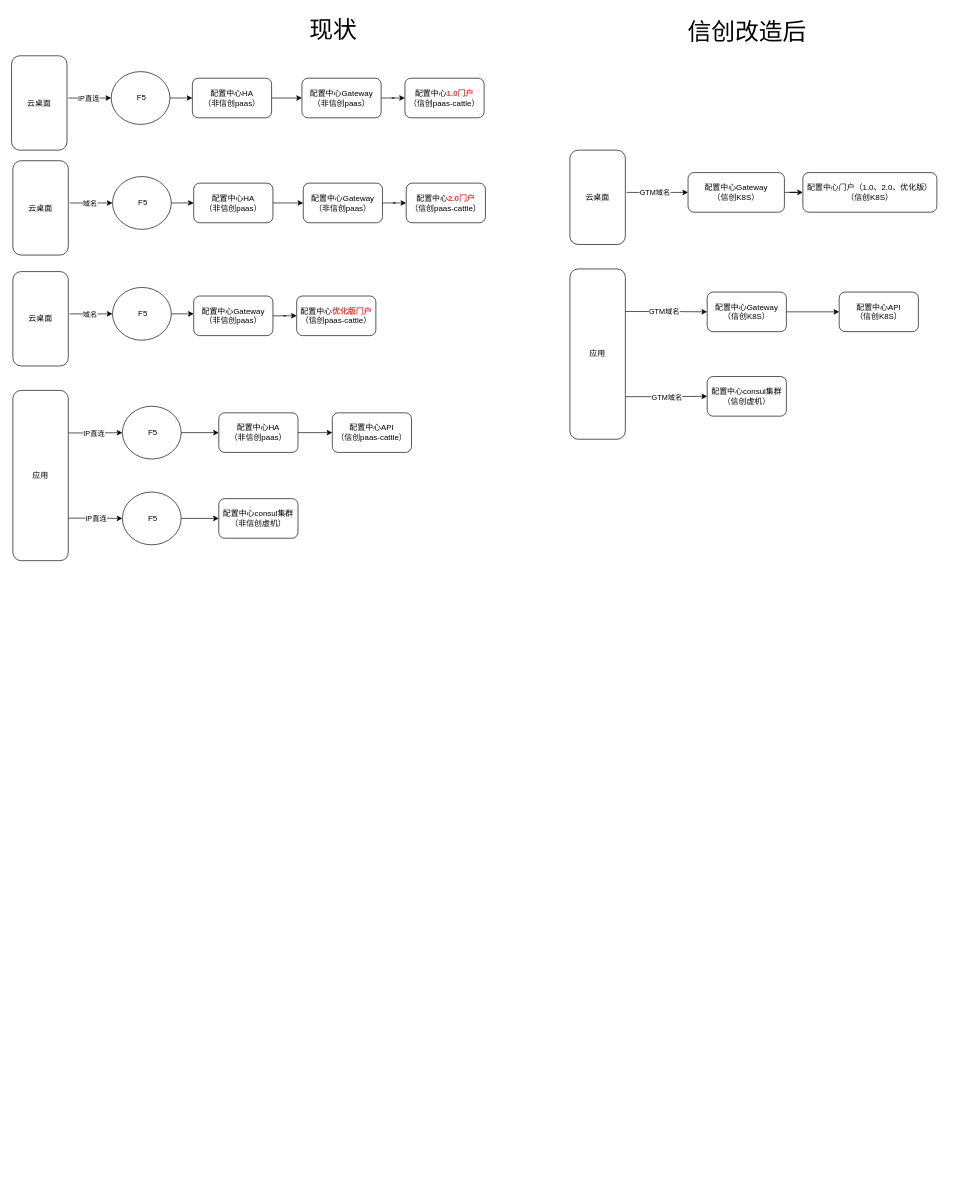
Earlier version of the draw.io diagram 配置中心虚机信创.drawio (pbxnn/draw). Source tidied: cells renumbered, new cells numbered last; positions are measured from the earlier drawing's top-left corner, leaving out a move shared by most shapes. Both pictures are drawn from the tidied source at 66%, with x=0, y=0 at pixel (11, 11).
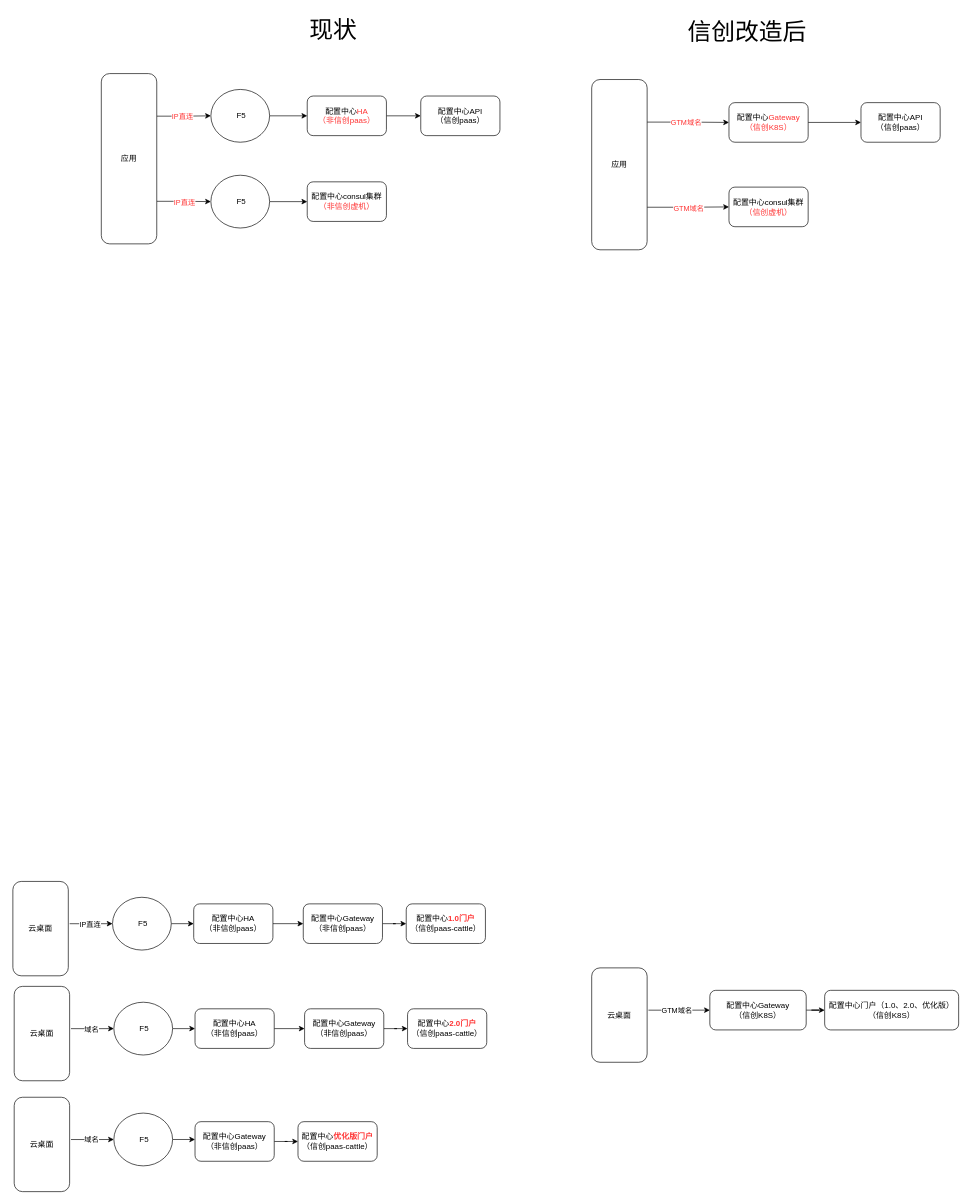
After the change.

Commit message:
更新配置中心虚机信创.drawio

The change refers to these unchanged cells:
```xml
<mxCell id="2" style="edgeStyle=orthogonalEdgeStyle;rounded=0;jettySize=auto;html=1;exitX=1;exitY=0.25;exitDx=0;exitDy=0;entryX=0;entryY=0.5;entryDx=0;entryDy=0;" parent="1" edge="1" source="6" target="8">
  <mxGeometry relative="1" as="geometry" />
</mxCell>
<mxCell id="4" style="edgeStyle=orthogonalEdgeStyle;rounded=0;jettySize=auto;html=1;exitX=1;exitY=0.75;exitDx=0;exitDy=0;entryX=0;entryY=0.5;entryDx=0;entryDy=0;" parent="1" edge="1" source="6" target="23">
  <mxGeometry relative="1" as="geometry" />
</mxCell>
<mxCell id="13" style="edgeStyle=orthogonalEdgeStyle;rounded=0;jettySize=auto;html=1;exitX=1;exitY=0.25;exitDx=0;exitDy=0;" parent="1" edge="1" source="17" target="19">
  <mxGeometry relative="1" as="geometry" />
</mxCell>
<mxCell id="15" style="edgeStyle=orthogonalEdgeStyle;rounded=0;jettySize=auto;html=1;exitX=1;exitY=0.75;exitDx=0;exitDy=0;entryX=0;entryY=0.5;entryDx=0;entryDy=0;" parent="1" edge="1" source="17" target="20">
  <mxGeometry relative="1" as="geometry" />
</mxCell>
```

Change to the diagram source:
```diff
@@
-    <mxCell id="3" value="IP直连" style="edgeLabel;html=1;align=center;verticalAlign=middle;" parent="2" vertex="1">
+    <mxCell id="3" value="&lt;font color=&quot;#ff3333&quot;&gt;IP直连&lt;/font&gt;" style="edgeLabel;html=1;align=center;verticalAlign=middle;" parent="2" vertex="1">
       <mxGeometry x="-0.07" y="1" relative="1" as="geometry">
         <mxPoint y="1" as="offset" />
       </mxGeometry>
     </mxCell>
@@
-    <mxCell id="5" value="IP直连" style="edgeLabel;html=1;align=center;verticalAlign=middle;" parent="4" vertex="1">
+    <mxCell id="5" value="&lt;font color=&quot;#ff3333&quot;&gt;IP直连&lt;/font&gt;" style="edgeLabel;html=1;align=center;verticalAlign=middle;" parent="4" vertex="1">
       <mxGeometry relative="1" as="geometry">
         <mxPoint y="1" as="offset" />
       </mxGeometry>
     </mxCell>
     <mxCell id="6" value="应用" style="rounded=1;whiteSpace=wrap;html=1;" parent="1" vertex="1">
-      <mxGeometry x="2" y="574" width="84" height="258" as="geometry" />
+      <mxGeometry x="136" y="94" width="84" height="258" as="geometry" />
     </mxCell>
@@
     <mxCell id="8" value="&amp;nbsp;F5" style="ellipse;whiteSpace=wrap;html=1;" parent="1" vertex="1">
-      <mxGeometry x="168" y="598" width="89" height="80" as="geometry" />
+      <mxGeometry x="302" y="118" width="89" height="80" as="geometry" />
     </mxCell>
@@
-    <mxCell id="10" value="配置中心HA&lt;br&gt;（非信创paas）" style="rounded=1;whiteSpace=wrap;html=1;" parent="1" vertex="1">
-      <mxGeometry x="314" y="608" width="120" height="60" as="geometry" />
+    <mxCell id="10" value="配置中心&lt;font color=&quot;#ff3333&quot;&gt;HA&lt;/font&gt;&lt;br&gt;&lt;font color=&quot;#ff3333&quot;&gt;（非信创paas）&lt;/font&gt;" style="rounded=1;whiteSpace=wrap;html=1;" parent="1" vertex="1">
+      <mxGeometry x="448" y="128" width="120" height="60" as="geometry" />
     </mxCell>
@@
-    <mxCell id="12" value="配置中心consul集群&lt;div&gt;（非信创虚机）&lt;/div&gt;" style="rounded=1;whiteSpace=wrap;html=1;" parent="1" vertex="1">
-      <mxGeometry x="314" y="738" width="120" height="60" as="geometry" />
+    <mxCell id="12" value="配置中心consul集群&lt;div&gt;&lt;font color=&quot;#ff3333&quot;&gt;（非信创虚机）&lt;/font&gt;&lt;/div&gt;" style="rounded=1;whiteSpace=wrap;html=1;" parent="1" vertex="1">
+      <mxGeometry x="448" y="258" width="120" height="60" as="geometry" />
     </mxCell>
@@
-    <mxCell id="14" value="GTM域名" style="edgeLabel;html=1;align=center;verticalAlign=middle;" parent="13" vertex="1">
+    <mxCell id="14" value="&lt;font color=&quot;#ff3333&quot;&gt;GTM域名&lt;/font&gt;" style="edgeLabel;html=1;align=center;verticalAlign=middle;" parent="13" vertex="1">
       <mxGeometry x="-0.07" y="1" relative="1" as="geometry">
         <mxPoint y="1" as="offset" />
       </mxGeometry>
     </mxCell>
@@
-    <mxCell id="16" value="GTM域名" style="edgeLabel;html=1;align=center;verticalAlign=middle;" parent="15" vertex="1">
+    <mxCell id="16" value="&lt;font color=&quot;#ff3333&quot;&gt;GTM域名&lt;/font&gt;" style="edgeLabel;html=1;align=center;verticalAlign=middle;" parent="15" vertex="1">
       <mxGeometry relative="1" as="geometry">
         <mxPoint y="1" as="offset" />
       </mxGeometry>
     </mxCell>
     <mxCell id="17" value="应用" style="rounded=1;whiteSpace=wrap;html=1;" parent="1" vertex="1">
-      <mxGeometry x="846" y="390" width="84" height="258" as="geometry" />
+      <mxGeometry x="879" y="103" width="84" height="258" as="geometry" />
     </mxCell>
@@
-    <mxCell id="19" value="配置中心Gateway&lt;div&gt;（信创K8S）&lt;/div&gt;" style="rounded=1;whiteSpace=wrap;html=1;" parent="1" vertex="1">
-      <mxGeometry x="1054" y="425" width="120" height="60" as="geometry" />
+    <mxCell id="19" value="配置中心&lt;font color=&quot;#ff3333&quot;&gt;Gateway&lt;/font&gt;&lt;div&gt;&lt;font color=&quot;#ff3333&quot;&gt;（信创K8S）&lt;/font&gt;&lt;/div&gt;" style="rounded=1;whiteSpace=wrap;html=1;" parent="1" vertex="1">
+      <mxGeometry x="1087" y="138" width="120" height="60" as="geometry" />
     </mxCell>
-    <mxCell id="20" value="配置中心consul集群&lt;div&gt;（信创虚机）&lt;/div&gt;" style="rounded=1;whiteSpace=wrap;html=1;" parent="1" vertex="1">
-      <mxGeometry x="1054" y="553" width="120" height="60" as="geometry" />
+    <mxCell id="20" value="配置中心consul集群&lt;div&gt;&lt;font color=&quot;#ff3333&quot;&gt;（信创虚机）&lt;/font&gt;&lt;/div&gt;" style="rounded=1;whiteSpace=wrap;html=1;" parent="1" vertex="1">
+      <mxGeometry x="1087" y="266" width="120" height="60" as="geometry" />
     </mxCell>
-    <mxCell id="21" value="配置中心API&lt;div&gt;（信创K8S）&lt;/div&gt;" style="whiteSpace=wrap;html=1;rounded=1;" parent="1" vertex="1">
-      <mxGeometry x="1254" y="425" width="120" height="60" as="geometry" />
+    <mxCell id="21" value="配置中心API&lt;div&gt;（信创paas）&lt;/div&gt;" style="whiteSpace=wrap;html=1;rounded=1;" parent="1" vertex="1">
+      <mxGeometry x="1287" y="138" width="120" height="60" as="geometry" />
     </mxCell>
-    <mxCell id="22" value="配置中心API&lt;div&gt;（信创paas-cattle）&lt;/div&gt;" style="whiteSpace=wrap;html=1;rounded=1;" parent="1" vertex="1">
-      <mxGeometry x="486" y="608" width="120" height="60" as="geometry" />
+    <mxCell id="22" value="配置中心API&lt;div&gt;（信创paas）&lt;/div&gt;" style="whiteSpace=wrap;html=1;rounded=1;" parent="1" vertex="1">
+      <mxGeometry x="620" y="128" width="120" height="60" as="geometry" />
     </mxCell>
     <mxCell id="23" value="&amp;nbsp;F5" style="ellipse;whiteSpace=wrap;html=1;" parent="1" vertex="1">
-      <mxGeometry x="168" y="728" width="89" height="80" as="geometry" />
+      <mxGeometry x="302" y="248" width="89" height="80" as="geometry" />
     </mxCell>
@@
     <mxCell id="26" value="云桌面" style="rounded=1;whiteSpace=wrap;html=1;" parent="1" vertex="1">
-      <mxGeometry y="67" width="84" height="143" as="geometry" />
+      <mxGeometry x="2" y="1318" width="84" height="143" as="geometry" />
     </mxCell>
@@
     <mxCell id="28" value="&amp;nbsp;F5" style="ellipse;whiteSpace=wrap;html=1;" parent="1" vertex="1">
-      <mxGeometry x="151" y="91" width="89" height="80" as="geometry" />
+      <mxGeometry x="153" y="1342" width="89" height="80" as="geometry" />
     </mxCell>
@@
     <mxCell id="30" value="配置中心HA&lt;br&gt;（非信创paas）" style="rounded=1;whiteSpace=wrap;html=1;" parent="1" vertex="1">
-      <mxGeometry x="274" y="101" width="120" height="60" as="geometry" />
+      <mxGeometry x="276" y="1352" width="120" height="60" as="geometry" />
     </mxCell>
     <mxCell id="31" value="配置中心&lt;b&gt;&lt;font color=&quot;#ff3333&quot;&gt;1.0门户&lt;/font&gt;&lt;/b&gt;&lt;div&gt;（信创paas-cattle）&lt;/div&gt;" style="whiteSpace=wrap;html=1;rounded=1;" parent="1" vertex="1">
-      <mxGeometry x="596" y="101" width="120" height="60" as="geometry" />
+      <mxGeometry x="598" y="1352" width="120" height="60" as="geometry" />
     </mxCell>
@@
     <mxCell id="33" value="配置中心Gateway&lt;br&gt;（非信创paas）" style="rounded=1;whiteSpace=wrap;html=1;" parent="1" vertex="1">
-      <mxGeometry x="440" y="101" width="120" height="60" as="geometry" />
+      <mxGeometry x="442" y="1352" width="120" height="60" as="geometry" />
     </mxCell>
@@
     <mxCell id="36" value="云桌面" style="rounded=1;whiteSpace=wrap;html=1;" parent="1" vertex="1">
-      <mxGeometry x="2" y="226" width="84" height="143" as="geometry" />
+      <mxGeometry x="4" y="1477" width="84" height="143" as="geometry" />
     </mxCell>
@@
     <mxCell id="38" value="&amp;nbsp;F5" style="ellipse;whiteSpace=wrap;html=1;" parent="1" vertex="1">
-      <mxGeometry x="153" y="250" width="89" height="80" as="geometry" />
+      <mxGeometry x="155" y="1501" width="89" height="80" as="geometry" />
     </mxCell>
@@
     <mxCell id="40" value="配置中心HA&lt;br&gt;（非信创paas）" style="rounded=1;whiteSpace=wrap;html=1;" parent="1" vertex="1">
-      <mxGeometry x="276" y="260" width="120" height="60" as="geometry" />
+      <mxGeometry x="278" y="1511" width="120" height="60" as="geometry" />
     </mxCell>
     <mxCell id="41" value="配置中心&lt;b&gt;&lt;font color=&quot;#ff3333&quot;&gt;2.0门户&lt;/font&gt;&lt;/b&gt;&lt;div&gt;（信创paas-cattle）&lt;/div&gt;" style="whiteSpace=wrap;html=1;rounded=1;" parent="1" vertex="1">
-      <mxGeometry x="598" y="260" width="120" height="60" as="geometry" />
+      <mxGeometry x="600" y="1511" width="120" height="60" as="geometry" />
     </mxCell>
@@
     <mxCell id="43" value="配置中心Gateway&lt;br&gt;（非信创paas）" style="rounded=1;whiteSpace=wrap;html=1;" parent="1" vertex="1">
-      <mxGeometry x="442" y="260" width="120" height="60" as="geometry" />
+      <mxGeometry x="444" y="1511" width="120" height="60" as="geometry" />
     </mxCell>
@@
     <mxCell id="46" value="云桌面" style="rounded=1;whiteSpace=wrap;html=1;" parent="1" vertex="1">
-      <mxGeometry x="2" y="394" width="84" height="143" as="geometry" />
+      <mxGeometry x="4" y="1645" width="84" height="143" as="geometry" />
     </mxCell>
     <mxCell id="47" style="edgeStyle=orthogonalEdgeStyle;rounded=0;jettySize=auto;html=1;exitX=1;exitY=0.5;exitDx=0;exitDy=0;entryX=0;entryY=0.5;entryDx=0;entryDy=0;" parent="1" edge="1" source="48">
       <mxGeometry relative="1" as="geometry">
-        <mxPoint x="276" y="458" as="targetPoint" />
+        <mxPoint x="278" y="1709" as="targetPoint" />
       </mxGeometry>
     </mxCell>
     <mxCell id="48" value="&amp;nbsp;F5" style="ellipse;whiteSpace=wrap;html=1;" parent="1" vertex="1">
-      <mxGeometry x="153" y="418" width="89" height="80" as="geometry" />
+      <mxGeometry x="155" y="1669" width="89" height="80" as="geometry" />
     </mxCell>
     <mxCell id="49" value="配置中心&lt;b&gt;&lt;font color=&quot;#ff3333&quot;&gt;优化版门户&lt;/font&gt;&lt;/b&gt;&lt;div&gt;（信创paas-cattle）&lt;/div&gt;" style="whiteSpace=wrap;html=1;rounded=1;" parent="1" vertex="1">
-      <mxGeometry x="432" y="431" width="120" height="60" as="geometry" />
+      <mxGeometry x="434" y="1682" width="120" height="60" as="geometry" />
     </mxCell>
@@
     <mxCell id="51" value="配置中心Gateway&lt;br&gt;（非信创paas）" style="rounded=1;whiteSpace=wrap;html=1;" parent="1" vertex="1">
-      <mxGeometry x="276" y="431" width="120" height="60" as="geometry" />
+      <mxGeometry x="278" y="1682" width="120" height="60" as="geometry" />
     </mxCell>
@@
     <mxCell id="54" value="云桌面" style="rounded=1;whiteSpace=wrap;html=1;" parent="1" vertex="1">
-      <mxGeometry x="846" y="210" width="84" height="143" as="geometry" />
+      <mxGeometry x="879" y="1449" width="84" height="143" as="geometry" />
     </mxCell>
@@
     <mxCell id="56" value="配置中心Gateway&lt;div&gt;（信创K8S）&lt;/div&gt;" style="rounded=1;whiteSpace=wrap;html=1;" parent="1" vertex="1">
-      <mxGeometry x="1025" y="244" width="146" height="60" as="geometry" />
+      <mxGeometry x="1058" y="1483" width="146" height="60" as="geometry" />
     </mxCell>
     <mxCell id="57" value="配置中心门户（1.0、2.0、优化版）&lt;div&gt;（信创K8S）&lt;/div&gt;" style="whiteSpace=wrap;html=1;rounded=1;" parent="1" vertex="1">
-      <mxGeometry x="1199" y="244" width="203" height="60" as="geometry" />
+      <mxGeometry x="1232" y="1483" width="203" height="60" as="geometry" />
     </mxCell>
```
